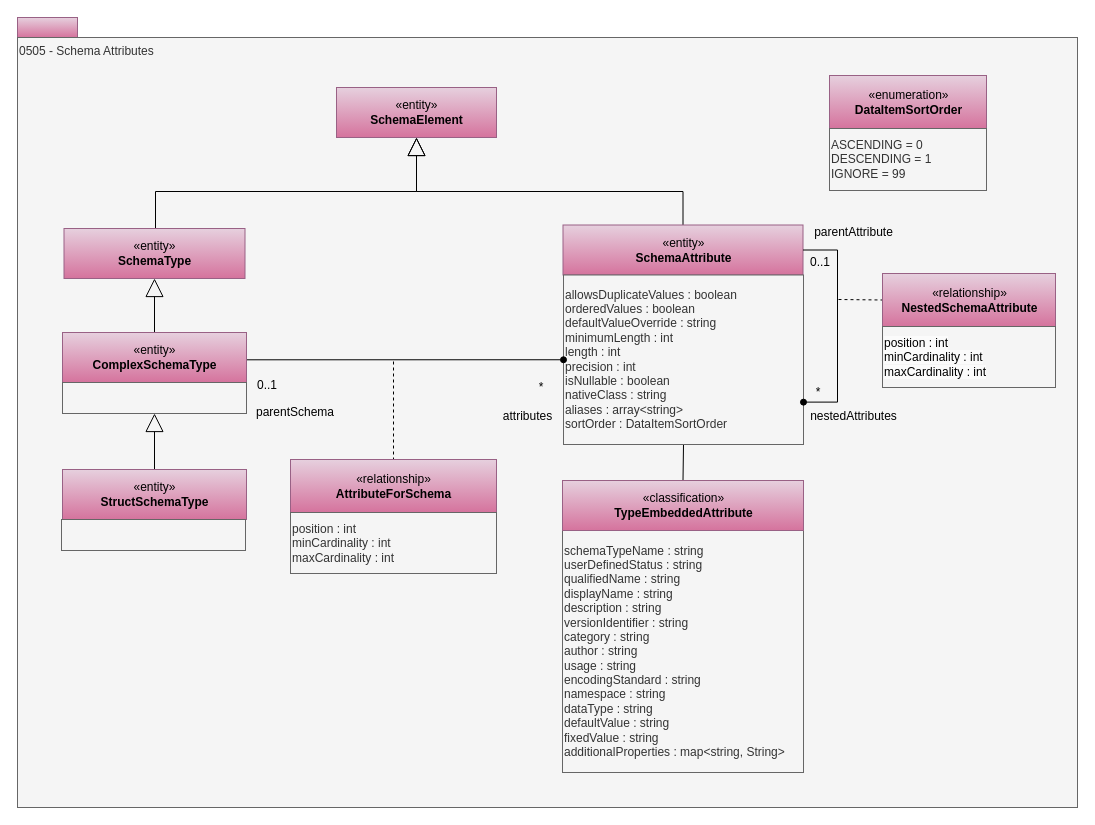
The draw.io diagram page "0505-Schema-Attributes" (5 of 34) of site/docs/types/5/area-5-models-and-schema.drawio in odpi/egeria-docs, before the edit. Source tidied: cells renumbered, new cells numbered last; positions are measured from the earlier drawing's top-left corner, leaving out a move shared by most shapes. Both pictures are drawn from the tidied source at 100%, with x=0, y=0 at pixel (17, 17).
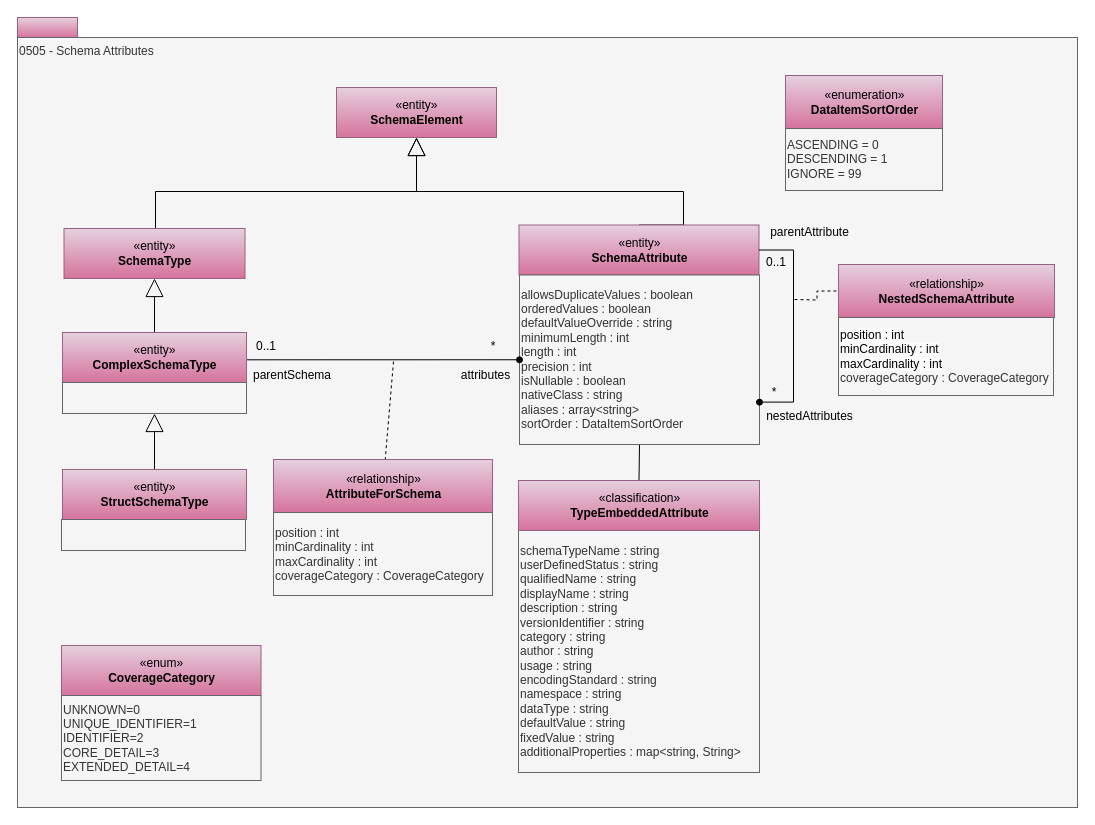
After the change.

Diff of the diagram source:
```diff
@@
     <mxCell id="9" style="endArrow=none;dashed=1;html=1;edgeStyle=orthogonalEdgeStyle;rounded=0;entryX=0;entryY=0.5;entryDx=0;entryDy=0;" parent="1" edge="1" target="26">
       <mxGeometry relative="1" as="geometry">
-        <mxPoint x="821" y="282" as="sourcePoint" />
+        <mxPoint x="777" y="282" as="sourcePoint" />
       </mxGeometry>
     </mxCell>
     <mxCell id="10" value="parentAttribute" style="text;html=1;strokeColor=none;fillColor=none;align=center;verticalAlign=middle;whiteSpace=wrap;rounded=0;" parent="1" vertex="1">
-      <mxGeometry x="783" y="204.5" width="107" height="20" as="geometry" />
+      <mxGeometry x="739" y="204.5" width="107" height="20" as="geometry" />
     </mxCell>
     <mxCell id="11" value="nestedAttributes" style="text;html=1;strokeColor=none;fillColor=none;align=center;verticalAlign=middle;whiteSpace=wrap;rounded=0;" parent="1" vertex="1">
-      <mxGeometry x="783" y="389.2" width="107" height="20" as="geometry" />
+      <mxGeometry x="739" y="389.2" width="107" height="20" as="geometry" />
     </mxCell>
     <mxCell id="12" value="*" style="text;html=1;strokeColor=none;fillColor=none;align=center;verticalAlign=middle;whiteSpace=wrap;rounded=0;" parent="1" vertex="1">
-      <mxGeometry x="781" y="364.5" width="40" height="20" as="geometry" />
+      <mxGeometry x="737" y="364.5" width="40" height="20" as="geometry" />
     </mxCell>
     <mxCell id="13" value="0..1" style="text;html=1;strokeColor=none;fillColor=none;align=center;verticalAlign=middle;whiteSpace=wrap;rounded=0;" parent="1" vertex="1">
-      <mxGeometry x="783" y="235" width="40" height="20" as="geometry" />
+      <mxGeometry x="739" y="235" width="40" height="20" as="geometry" />
     </mxCell>
@@
     <mxCell id="16" value="*" style="text;html=1;strokeColor=none;fillColor=none;align=center;verticalAlign=middle;whiteSpace=wrap;rounded=0;" parent="1" vertex="1">
-      <mxGeometry x="503.5" y="360" width="40" height="20" as="geometry" />
+      <mxGeometry x="456" y="319" width="40" height="20" as="geometry" />
     </mxCell>
     <mxCell id="17" value="0..1" style="text;html=1;strokeColor=none;fillColor=none;align=center;verticalAlign=middle;whiteSpace=wrap;rounded=0;" parent="1" vertex="1">
-      <mxGeometry x="230" y="358" width="40" height="20" as="geometry" />
+      <mxGeometry x="229" y="319" width="40" height="20" as="geometry" />
     </mxCell>
     <mxCell id="18" value="attributes" style="text;html=1;strokeColor=none;fillColor=none;align=center;verticalAlign=middle;whiteSpace=wrap;rounded=0;" parent="1" vertex="1">
-      <mxGeometry x="476.5" y="389.2" width="67" height="20" as="geometry" />
+      <mxGeometry x="435" y="348" width="67" height="20" as="geometry" />
     </mxCell>
     <mxCell id="19" value="parentSchema" style="text;html=1;strokeColor=none;fillColor=none;align=center;verticalAlign=middle;whiteSpace=wrap;rounded=0;" parent="1" vertex="1">
-      <mxGeometry x="228" y="384.5" width="100" height="20" as="geometry" />
+      <mxGeometry x="225" y="348" width="100" height="20" as="geometry" />
     </mxCell>
@@
     <mxCell id="21" value="«entity»&lt;br&gt;&lt;b&gt;SchemaAttribute&lt;/b&gt;" style="html=1;strokeColor=#996185;align=center;fillColor=#e6d0de;gradientColor=#d5739d;" parent="1" vertex="1">
-      <mxGeometry x="545.5" y="207.5" width="240" height="50" as="geometry" />
+      <mxGeometry x="501.5" y="207.5" width="240" height="50" as="geometry" />
     </mxCell>
     <mxCell id="22" value="&lt;font style=&quot;white-space: normal&quot;&gt;allowsDuplicateValues : boolean&lt;br&gt;orderedValues : boolean&lt;br&gt;&lt;/font&gt;&lt;span&gt;defaultValueOverride : string&lt;br&gt;minimumLength : int&lt;br&gt;length : int&lt;br&gt;precision : int&lt;br&gt;isNullable : boolean&lt;br&gt;&lt;/span&gt;&lt;font style=&quot;white-space: normal&quot;&gt;nativeClass : string&lt;br&gt;aliases : array&amp;lt;string&amp;gt;&lt;br&gt;sortOrder : DataItemSortOrder&lt;br&gt;&lt;/font&gt;" style="rounded=0;whiteSpace=wrap;html=1;strokeColor=#666666;align=left;fontColor=#333333;fillColor=#f5f5f5;" parent="1" vertex="1">
-      <mxGeometry x="546" y="257.5" width="240" height="169.5" as="geometry" />
+      <mxGeometry x="502" y="257.5" width="240" height="169.5" as="geometry" />
     </mxCell>
     <mxCell id="23" value="schemaTypeName : string&lt;div&gt;userDefinedStatus : string&lt;br&gt;qualifiedName : string&lt;br&gt;displayName : string&lt;br&gt;description : string&lt;br&gt;versionIdentifier : string&lt;/div&gt;&lt;div&gt;category : string&lt;br&gt;author : string&lt;br&gt;usage : string&lt;br&gt;encodingStandard : string&lt;br&gt;namespace : string&lt;br&gt;dataType : string&lt;br&gt;defaultValue : string&lt;br&gt;fixedValue : string&lt;br&gt;additionalProperties : map&amp;lt;string, String&amp;gt;&lt;br&gt;&lt;div style=&quot;text-align: left&quot;&gt;&lt;/div&gt;&lt;/div&gt;" style="rounded=0;whiteSpace=wrap;html=1;strokeColor=#666666;align=left;fillColor=#f5f5f5;fontColor=#333333;" parent="1" vertex="1">
-      <mxGeometry x="545" y="513" width="241" height="242" as="geometry" />
+      <mxGeometry x="501" y="513" width="241" height="242" as="geometry" />
     </mxCell>
     <mxCell id="24" value="«classification»&lt;br&gt;&lt;b&gt;TypeEmbeddedAttribute&lt;/b&gt;" style="html=1;strokeColor=#996185;align=center;fillColor=#e6d0de;gradientColor=#d5739d;" parent="1" vertex="1">
-      <mxGeometry x="545" y="463" width="241" height="50" as="geometry" />
+      <mxGeometry x="501" y="463" width="241" height="50" as="geometry" />
     </mxCell>
     <mxCell id="25" style="edgeStyle=orthogonalEdgeStyle;rounded=0;jettySize=auto;html=1;entryX=1;entryY=0.75;entryDx=0;entryDy=0;fontColor=#FF0000;endArrow=oval;endFill=1;exitX=1;exitY=0.5;exitDx=0;exitDy=0;" parent="1" edge="1" source="21" target="22">
       <mxGeometry relative="1" as="geometry">
         <Array as="points">
-          <mxPoint x="820" y="233" />
-          <mxPoint x="820" y="385" />
+          <mxPoint x="776" y="233" />
+          <mxPoint x="776" y="385" />
         </Array>
       </mxGeometry>
     </mxCell>
     <mxCell id="26" value="«relationship»&lt;br&gt;&lt;b&gt;NestedSchemaAttribute&lt;/b&gt;" style="html=1;strokeColor=#996185;align=center;fillColor=#e6d0de;gradientColor=#d5739d;" parent="1" vertex="1">
-      <mxGeometry x="865" y="256" width="173" height="53" as="geometry" />
+      <mxGeometry x="821" y="247" width="216" height="53" as="geometry" />
     </mxCell>
-    <mxCell id="27" value="&lt;span style=&quot;forced-color-adjust: none; color: rgb(0, 0, 0); font-family: Helvetica; font-size: 12px; font-style: normal; font-variant-ligatures: normal; font-variant-caps: normal; font-weight: 400; letter-spacing: normal; orphans: 2; text-indent: 0px; text-transform: none; widows: 2; word-spacing: 0px; -webkit-text-stroke-width: 0px; white-space: normal; background-color: rgb(251, 251, 251); text-decoration-thickness: initial; text-decoration-style: initial; text-decoration-color: initial;&quot;&gt;position : int&lt;/span&gt;&lt;br style=&quot;forced-color-adjust: none; color: rgb(0, 0, 0); font-family: Helvetica; font-size: 12px; font-style: normal; font-variant-ligatures: normal; font-variant-caps: normal; font-weight: 400; letter-spacing: normal; orphans: 2; text-indent: 0px; text-transform: none; widows: 2; word-spacing: 0px; -webkit-text-stroke-width: 0px; white-space: normal; background-color: rgb(251, 251, 251); text-decoration-thickness: initial; text-decoration-style: initial; text-decoration-color: initial;&quot;&gt;&lt;font style=&quot;forced-color-adjust: none; color: rgb(0, 0, 0); font-family: Helvetica; font-size: 12px; font-style: normal; font-variant-ligatures: normal; font-variant-caps: normal; font-weight: 400; letter-spacing: normal; orphans: 2; text-indent: 0px; text-transform: none; widows: 2; word-spacing: 0px; -webkit-text-stroke-width: 0px; white-space: normal; background-color: rgb(251, 251, 251); text-decoration-thickness: initial; text-decoration-style: initial; text-decoration-color: initial;&quot;&gt;minCardinality : int&lt;br style=&quot;forced-color-adjust: none;&quot;&gt;maxCardinality : int&lt;/font&gt;" style="rounded=0;whiteSpace=wrap;html=1;strokeColor=#666666;align=left;fillColor=#f5f5f5;fontColor=#333333;" parent="1" vertex="1">
-      <mxGeometry x="865" y="309" width="173" height="61" as="geometry" />
+    <mxCell id="27" value="&lt;span style=&quot;forced-color-adjust: none; color: rgb(0, 0, 0); font-family: Helvetica; font-size: 12px; font-style: normal; font-variant-ligatures: normal; font-variant-caps: normal; font-weight: 400; letter-spacing: normal; orphans: 2; text-indent: 0px; text-transform: none; widows: 2; word-spacing: 0px; -webkit-text-stroke-width: 0px; white-space: normal; background-color: rgb(251, 251, 251); text-decoration-thickness: initial; text-decoration-style: initial; text-decoration-color: initial;&quot;&gt;position : int&lt;/span&gt;&lt;br style=&quot;forced-color-adjust: none; color: rgb(0, 0, 0); font-family: Helvetica; font-size: 12px; font-style: normal; font-variant-ligatures: normal; font-variant-caps: normal; font-weight: 400; letter-spacing: normal; orphans: 2; text-indent: 0px; text-transform: none; widows: 2; word-spacing: 0px; -webkit-text-stroke-width: 0px; white-space: normal; background-color: rgb(251, 251, 251); text-decoration-thickness: initial; text-decoration-style: initial; text-decoration-color: initial;&quot;&gt;&lt;font style=&quot;forced-color-adjust: none; color: rgb(0, 0, 0); font-family: Helvetica; font-size: 12px; font-style: normal; font-variant-ligatures: normal; font-variant-caps: normal; font-weight: 400; letter-spacing: normal; orphans: 2; text-indent: 0px; text-transform: none; widows: 2; word-spacing: 0px; -webkit-text-stroke-width: 0px; white-space: normal; background-color: rgb(251, 251, 251); text-decoration-thickness: initial; text-decoration-style: initial; text-decoration-color: initial;&quot;&gt;minCardinality : int&lt;br style=&quot;forced-color-adjust: none;&quot;&gt;maxCardinality : int&lt;/font&gt;&lt;div&gt;&lt;font style=&quot;forced-color-adjust: none; color: rgb(0, 0, 0); font-family: Helvetica; font-size: 12px; font-style: normal; font-variant-ligatures: normal; font-variant-caps: normal; font-weight: 400; letter-spacing: normal; orphans: 2; text-indent: 0px; text-transform: none; widows: 2; word-spacing: 0px; -webkit-text-stroke-width: 0px; white-space: normal; text-decoration-thickness: initial; text-decoration-style: initial; text-decoration-color: initial;&quot;&gt;&lt;span style=&quot;color: rgb(51, 51, 51);&quot;&gt;coverageCategory : CoverageCategory&lt;/span&gt;&lt;/font&gt;&lt;/div&gt;" style="rounded=0;whiteSpace=wrap;html=1;strokeColor=#666666;align=left;fillColor=#f5f5f5;fontColor=#333333;" parent="1" vertex="1">
+      <mxGeometry x="821" y="300" width="215" height="78" as="geometry" />
     </mxCell>
     <mxCell id="28" value="«relationship»&lt;br&gt;&lt;b&gt;AttributeForSchema&lt;/b&gt;" style="html=1;strokeColor=#996185;align=center;fillColor=#e6d0de;gradientColor=#d5739d;" parent="1" vertex="1">
-      <mxGeometry x="273" y="442" width="206" height="53" as="geometry" />
+      <mxGeometry x="256" y="442" width="219" height="53" as="geometry" />
     </mxCell>
-    <mxCell id="29" value="position : int&lt;br&gt;minCardinality : int&lt;br&gt;maxCardinality : int" style="rounded=0;whiteSpace=wrap;html=1;strokeColor=#666666;align=left;fillColor=#f5f5f5;fontColor=#333333;" parent="1" vertex="1">
-      <mxGeometry x="273" y="495" width="206" height="61" as="geometry" />
+    <mxCell id="29" value="position : int&lt;br&gt;minCardinality : int&lt;br&gt;maxCardinality : int&lt;div&gt;coverageCategory : CoverageCategory&lt;/div&gt;" style="rounded=0;whiteSpace=wrap;html=1;strokeColor=#666666;align=left;fillColor=#f5f5f5;fontColor=#333333;" parent="1" vertex="1">
+      <mxGeometry x="256" y="495" width="219" height="83" as="geometry" />
     </mxCell>
@@
     <mxCell id="35" value="«enumeration»&lt;br&gt;&lt;b&gt;DataItemSortOrder&lt;/b&gt;" style="html=1;strokeColor=#996185;align=center;fillColor=#e6d0de;gradientColor=#d5739d;" parent="1" vertex="1">
-      <mxGeometry x="812" y="58" width="157" height="53" as="geometry" />
+      <mxGeometry x="768" y="58" width="157" height="53" as="geometry" />
     </mxCell>
     <mxCell id="36" value="&lt;div&gt;ASCENDING = 0&lt;/div&gt;&lt;div&gt;DESCENDING = 1&lt;/div&gt;&lt;div&gt;IGNORE = 99&lt;/div&gt;" style="rounded=0;whiteSpace=wrap;html=1;strokeColor=#666666;align=left;fillColor=#f5f5f5;fontColor=#333333;" parent="1" vertex="1">
-      <mxGeometry x="812" y="111" width="157" height="62" as="geometry" />
+      <mxGeometry x="768" y="111" width="157" height="62" as="geometry" />
     </mxCell>
+    <mxCell id="37" value="«enum»&lt;br&gt;&lt;b&gt;CoverageCategory&lt;/b&gt;" style="html=1;strokeColor=#996185;align=center;fillColor=#e6d0de;gradientColor=#d5739d;" parent="1" vertex="1">
+      <mxGeometry x="44" y="628" width="199.5" height="50" as="geometry" />
+    </mxCell>
+    <mxCell id="38" value="&lt;div style=&quot;text-align: left&quot;&gt;UNKNOWN=0&lt;/div&gt;&lt;div style=&quot;text-align: left&quot;&gt;UNIQUE_IDENTIFIER=1&lt;/div&gt;&lt;div style=&quot;text-align: left&quot;&gt;IDENTIFIER=2&lt;/div&gt;&lt;div style=&quot;text-align: left&quot;&gt;CORE_DETAIL=3&lt;/div&gt;&lt;div style=&quot;text-align: left&quot;&gt;EXTENDED_DETAIL=4&lt;/div&gt;" style="rounded=0;whiteSpace=wrap;html=1;strokeColor=#666666;align=left;fillColor=#f5f5f5;fontColor=#333333;" parent="1" vertex="1">
+      <mxGeometry x="44" y="678" width="199.5" height="85" as="geometry" />
+    </mxCell>
```
